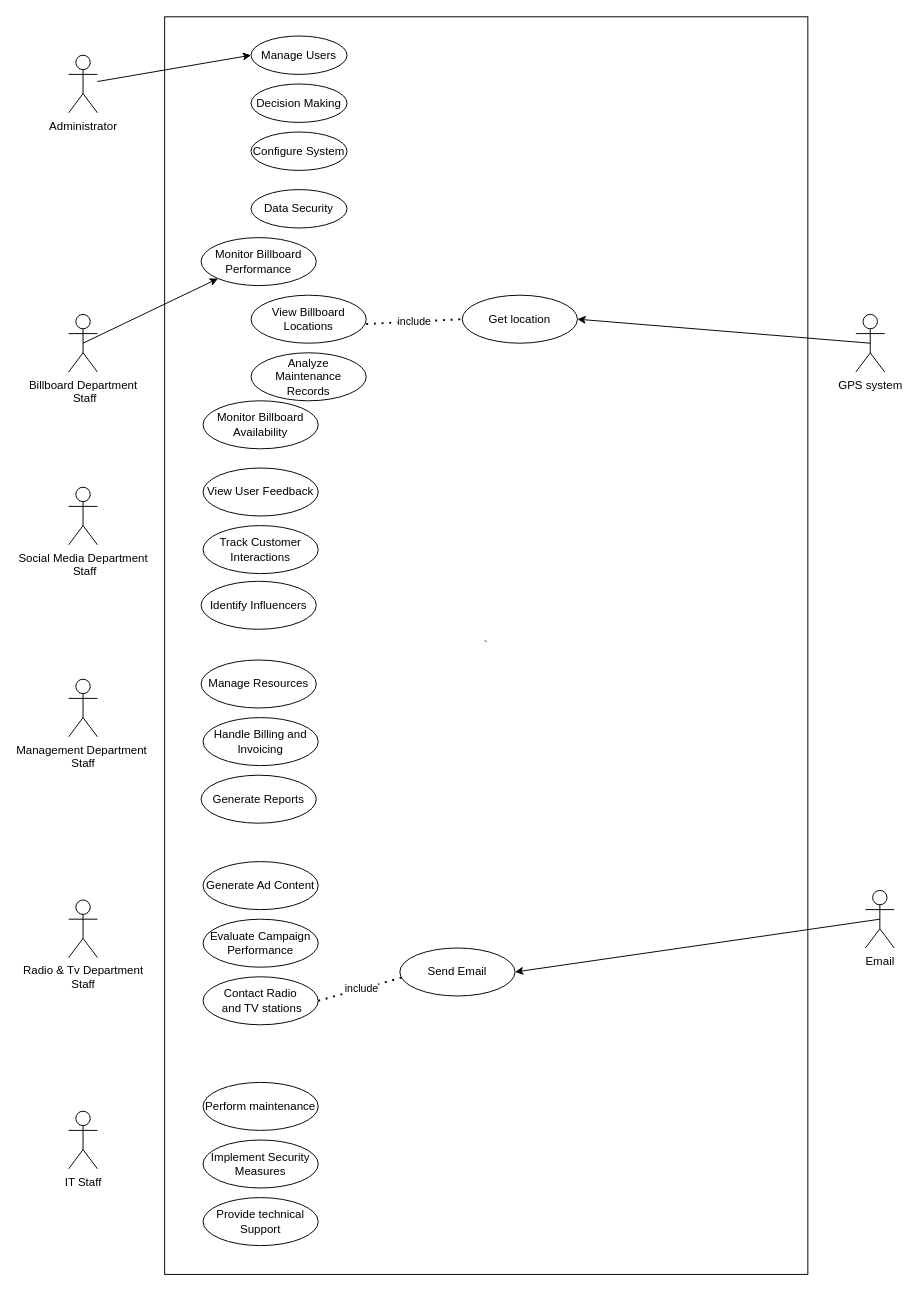
The draw.io diagram Phase2.drawio in NoorSbeih/Software_p2, before the edit. Source tidied: cells renumbered, new cells numbered last; positions are measured from the earlier drawing's top-left corner, leaving out a move shared by most shapes. Both pictures are drawn from the tidied source at 96%, with x=0, y=0 at pixel (68, 16).
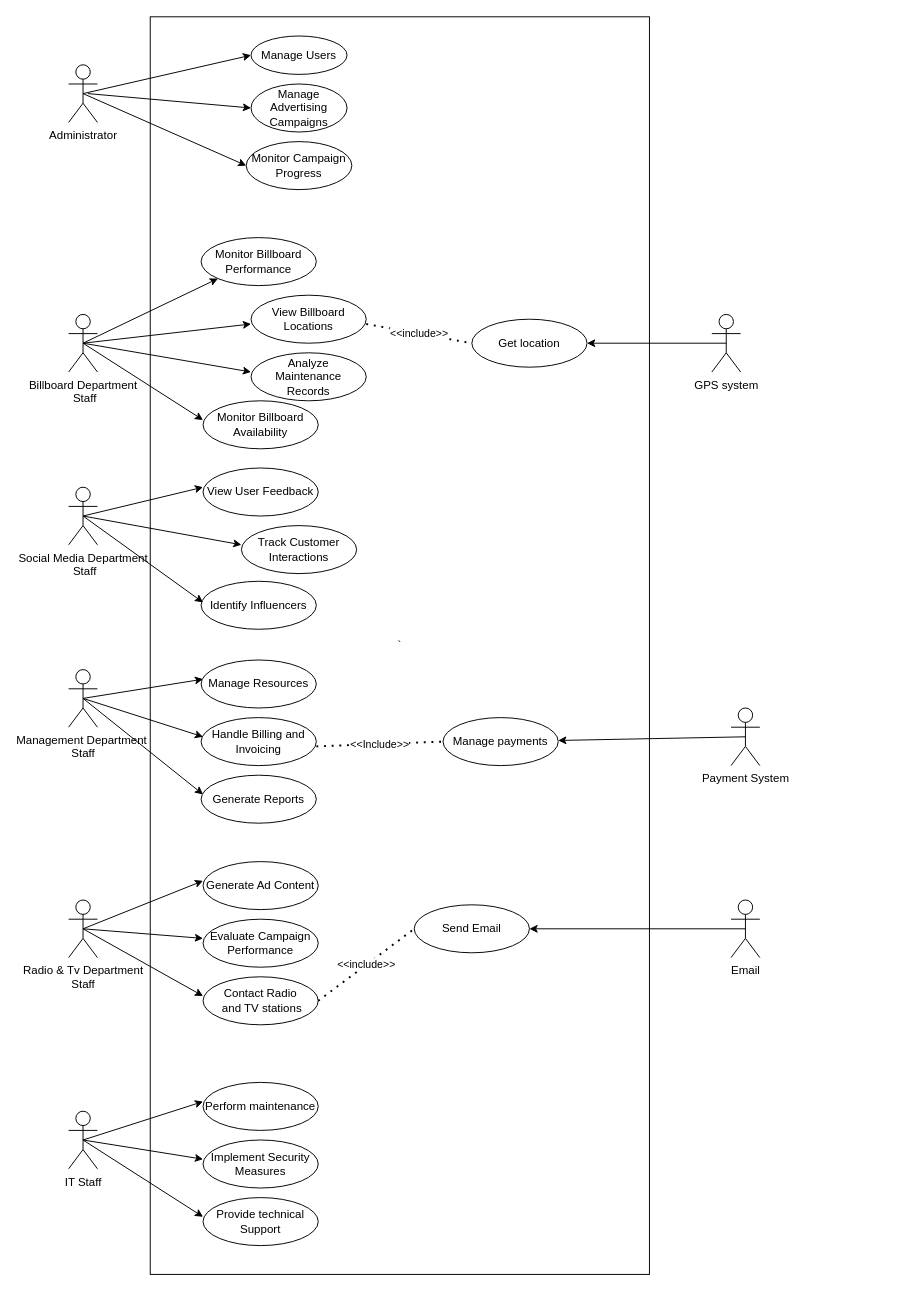
The same diagram, later.

The change refers to these unchanged cells:
```xml
<mxCell id="2" value="Billboard Department&lt;br&gt;&amp;nbsp;Staff" style="shape=umlActor;verticalLabelPosition=bottom;verticalAlign=top;html=1;outlineConnect=0;direction=east;" parent="1" vertex="1">
  <mxGeometry y="310" width="30" height="60" as="geometry" />
</mxCell>
<mxCell id="3" value="Social Media Department&lt;br&gt;&amp;nbsp;Staff" style="shape=umlActor;verticalLabelPosition=bottom;verticalAlign=top;html=1;outlineConnect=0;direction=east;" parent="1" vertex="1">
  <mxGeometry y="490" width="30" height="60" as="geometry" />
</mxCell>
<mxCell id="4" value="Radio &amp;amp; Tv Department&lt;br&gt;Staff" style="shape=umlActor;verticalLabelPosition=bottom;verticalAlign=top;html=1;outlineConnect=0;" parent="1" vertex="1">
  <mxGeometry y="920" width="30" height="60" as="geometry" />
</mxCell>
<mxCell id="6" value="IT Staff&lt;br&gt;" style="shape=umlActor;verticalLabelPosition=bottom;verticalAlign=top;html=1;outlineConnect=0;" parent="1" vertex="1">
  <mxGeometry y="1140" width="30" height="60" as="geometry" />
</mxCell>
<mxCell id="26" value="Contact Radio&lt;br&gt;&amp;nbsp;and TV stations" style="ellipse;whiteSpace=wrap;html=1;" parent="1" vertex="1">
  <mxGeometry x="140" y="1000" width="120" height="50" as="geometry" />
</mxCell>
```

Change to the diagram source:
```diff
@@
     <mxCell id="5" value="Management Department&amp;nbsp;&lt;br&gt;Staff" style="shape=umlActor;verticalLabelPosition=bottom;verticalAlign=top;html=1;outlineConnect=0;" parent="1" vertex="1">
-      <mxGeometry y="690" width="30" height="60" as="geometry" />
+      <mxGeometry y="680" width="30" height="60" as="geometry" />
     </mxCell>
@@
     <mxCell id="7" value="Administrator&lt;br&gt;" style="shape=umlActor;verticalLabelPosition=bottom;verticalAlign=top;html=1;outlineConnect=0;" parent="1" vertex="1">
-      <mxGeometry y="40" width="30" height="60" as="geometry" />
+      <mxGeometry y="50" width="30" height="60" as="geometry" />
     </mxCell>
     <mxCell id="8" value="`" style="rounded=0;whiteSpace=wrap;labelBackgroundColor=none;" parent="1" vertex="1">
-      <mxGeometry x="100" width="670" height="1310" as="geometry" />
+      <mxGeometry x="85" width="520" height="1310" as="geometry" />
     </mxCell>
@@
-    <mxCell id="10" value="Decision Making" style="ellipse;whiteSpace=wrap;html=1;" parent="1" vertex="1">
-      <mxGeometry x="190" y="70" width="100" height="40" as="geometry" />
-    </mxCell>
-    <mxCell id="11" value="Configure System" style="ellipse;whiteSpace=wrap;html=1;" parent="1" vertex="1">
-      <mxGeometry x="190" y="120" width="100" height="40" as="geometry" />
-    </mxCell>
-    <mxCell id="12" value="Data Security" style="ellipse;whiteSpace=wrap;html=1;" parent="1" vertex="1">
-      <mxGeometry x="190" y="180" width="100" height="40" as="geometry" />
+    <mxCell id="12" value="Manage Advertising Campaigns" style="ellipse;whiteSpace=wrap;html=1;" parent="1" vertex="1">
+      <mxGeometry x="190" y="70" width="100" height="50" as="geometry" />
     </mxCell>
-    <mxCell id="13" style="endArrow=classic;html=1;rounded=0;" parent="1" edge="1" source="7">
-      <mxGeometry relative="1" as="geometry">
-        <mxPoint x="190" y="40" as="targetPoint" />
-      </mxGeometry>
-    </mxCell>
@@
     <mxCell id="19" value="Track Customer Interactions" style="ellipse;whiteSpace=wrap;html=1;" parent="1" vertex="1">
-      <mxGeometry x="140" y="530" width="120" height="50" as="geometry" />
+      <mxGeometry x="180" y="530" width="120" height="50" as="geometry" />
     </mxCell>
@@
     <mxCell id="22" value="Handle Billing and Invoicing" style="ellipse;whiteSpace=wrap;html=1;" parent="1" vertex="1">
-      <mxGeometry x="140" y="730" width="120" height="50" as="geometry" />
+      <mxGeometry x="138" y="730" width="120" height="50" as="geometry" />
     </mxCell>
@@
     <mxCell id="29" value="Email" style="shape=umlActor;verticalLabelPosition=bottom;verticalAlign=top;html=1;outlineConnect=0;" parent="1" vertex="1">
-      <mxGeometry x="830" y="910" width="30" height="60" as="geometry" />
+      <mxGeometry x="690" y="920" width="30" height="60" as="geometry" />
     </mxCell>
     <mxCell id="30" value="Send Email&lt;br&gt;" style="ellipse;whiteSpace=wrap;html=1;" parent="1" vertex="1">
-      <mxGeometry x="345" y="970" width="120" height="50" as="geometry" />
+      <mxGeometry x="360" y="925" width="120" height="50" as="geometry" />
     </mxCell>
-    <mxCell id="31" value="include" style="endArrow=none;dashed=1;html=1;dashPattern=1 3;strokeWidth=2;rounded=0;exitX=1;exitY=0.5;exitDx=0;exitDy=0;" parent="1" edge="1" source="26">
-      <mxGeometry relative="1" as="geometry">
-        <mxPoint x="350" y="1000" as="targetPoint" />
-      </mxGeometry>
+    <mxCell id="31" value="&amp;lt;&amp;lt;include&amp;gt;&amp;gt;&lt;br&gt;" style="endArrow=none;dashed=1;html=1;dashPattern=1 3;strokeWidth=2;rounded=0;exitX=1;exitY=0.5;exitDx=0;exitDy=0;entryX=0;entryY=0.5;entryDx=0;entryDy=0;" parent="1" edge="1" source="26" target="30">
+      <mxGeometry relative="1" as="geometry" />
     </mxCell>
@@
     <mxCell id="37" value="Get location&lt;br&gt;" style="ellipse;whiteSpace=wrap;html=1;" parent="1" vertex="1">
-      <mxGeometry x="410" y="290" width="120" height="50" as="geometry" />
+      <mxGeometry x="420" y="315" width="120" height="50" as="geometry" />
     </mxCell>
@@
     <mxCell id="39" value="GPS system&lt;br&gt;" style="shape=umlActor;verticalLabelPosition=bottom;verticalAlign=top;html=1;outlineConnect=0;" parent="1" vertex="1">
-      <mxGeometry x="820" y="310" width="30" height="60" as="geometry" />
+      <mxGeometry x="670" y="310" width="30" height="60" as="geometry" />
     </mxCell>
-    <mxCell id="40" value="include" style="endArrow=none;dashed=1;html=1;dashPattern=1 3;strokeWidth=2;rounded=0;entryX=0;entryY=0.5;entryDx=0;entryDy=0;" parent="1" edge="1" target="37">
+    <mxCell id="40" value="&amp;lt;&amp;lt;include&amp;gt;&amp;gt;" style="endArrow=none;dashed=1;html=1;dashPattern=1 3;strokeWidth=2;rounded=0;entryX=0;entryY=0.5;entryDx=0;entryDy=0;" parent="1" edge="1" target="37">
       <mxGeometry relative="1" as="geometry">
         <mxPoint x="310" y="320" as="sourcePoint" />
       </mxGeometry>
     </mxCell>
+    <mxCell id="41" style="endArrow=classic;html=1;rounded=0;exitX=0.5;exitY=0.5;exitDx=0;exitDy=0;exitPerimeter=0;" parent="1" edge="1" source="4">
+      <mxGeometry relative="1" as="geometry">
+        <mxPoint x="140" y="900" as="targetPoint" />
+      </mxGeometry>
+    </mxCell>
+    <mxCell id="42" style="endArrow=classic;html=1;rounded=0;exitX=0.5;exitY=0.5;exitDx=0;exitDy=0;exitPerimeter=0;" parent="1" edge="1" source="4">
+      <mxGeometry relative="1" as="geometry">
+        <mxPoint x="140" y="960" as="targetPoint" />
+      </mxGeometry>
+    </mxCell>
+    <mxCell id="43" style="endArrow=classic;html=1;rounded=0;exitX=0.5;exitY=0.5;exitDx=0;exitDy=0;exitPerimeter=0;" parent="1" edge="1" source="4">
+      <mxGeometry relative="1" as="geometry">
+        <mxPoint x="140" y="1020" as="targetPoint" />
+      </mxGeometry>
+    </mxCell>
+    <mxCell id="44" style="endArrow=classic;html=1;rounded=0;exitX=0.5;exitY=0.5;exitDx=0;exitDy=0;exitPerimeter=0;" parent="1" edge="1" source="5">
+      <mxGeometry relative="1" as="geometry">
+        <mxPoint x="140" y="690" as="targetPoint" />
+      </mxGeometry>
+    </mxCell>
+    <mxCell id="45" style="endArrow=classic;html=1;rounded=0;exitX=0.5;exitY=0.5;exitDx=0;exitDy=0;exitPerimeter=0;" parent="1" edge="1" source="5">
+      <mxGeometry relative="1" as="geometry">
+        <mxPoint x="140" y="750" as="targetPoint" />
+      </mxGeometry>
+    </mxCell>
+    <mxCell id="46" style="endArrow=classic;html=1;rounded=0;exitX=0.5;exitY=0.5;exitDx=0;exitDy=0;exitPerimeter=0;" parent="1" edge="1" source="5">
+      <mxGeometry relative="1" as="geometry">
+        <mxPoint x="140" y="810" as="targetPoint" />
+      </mxGeometry>
+    </mxCell>
+    <mxCell id="47" style="endArrow=classic;html=1;rounded=0;exitX=0.5;exitY=0.5;exitDx=0;exitDy=0;exitPerimeter=0;" parent="1" edge="1" source="3">
+      <mxGeometry relative="1" as="geometry">
+        <mxPoint x="140" y="490" as="targetPoint" />
+      </mxGeometry>
+    </mxCell>
+    <mxCell id="48" style="endArrow=classic;html=1;rounded=0;exitX=0.5;exitY=0.5;exitDx=0;exitDy=0;exitPerimeter=0;" parent="1" edge="1" source="3">
+      <mxGeometry relative="1" as="geometry">
+        <mxPoint x="180" y="550" as="targetPoint" />
+      </mxGeometry>
+    </mxCell>
+    <mxCell id="49" style="endArrow=classic;html=1;rounded=0;exitX=0.5;exitY=0.5;exitDx=0;exitDy=0;exitPerimeter=0;" parent="1" edge="1" source="3">
+      <mxGeometry relative="1" as="geometry">
+        <mxPoint x="140" y="610" as="targetPoint" />
+      </mxGeometry>
+    </mxCell>
+    <mxCell id="50" style="endArrow=classic;html=1;rounded=0;exitX=0.5;exitY=0.5;exitDx=0;exitDy=0;exitPerimeter=0;" parent="1" edge="1" source="2">
+      <mxGeometry relative="1" as="geometry">
+        <mxPoint x="190" y="320" as="targetPoint" />
+      </mxGeometry>
+    </mxCell>
+    <mxCell id="51" style="endArrow=classic;html=1;rounded=0;exitX=0.5;exitY=0.5;exitDx=0;exitDy=0;exitPerimeter=0;" parent="1" edge="1" source="2">
+      <mxGeometry relative="1" as="geometry">
+        <mxPoint x="190" y="370" as="targetPoint" />
+      </mxGeometry>
+    </mxCell>
+    <mxCell id="52" style="endArrow=classic;html=1;rounded=0;exitX=0.5;exitY=0.5;exitDx=0;exitDy=0;exitPerimeter=0;" parent="1" edge="1" source="2">
+      <mxGeometry relative="1" as="geometry">
+        <mxPoint x="140" y="420" as="targetPoint" />
+      </mxGeometry>
+    </mxCell>
+    <mxCell id="53" style="endArrow=classic;html=1;rounded=0;exitX=0.5;exitY=0.5;exitDx=0;exitDy=0;exitPerimeter=0;" parent="1" edge="1" source="7">
+      <mxGeometry relative="1" as="geometry">
+        <mxPoint x="190" y="40" as="targetPoint" />
+      </mxGeometry>
+    </mxCell>
+    <mxCell id="54" value="&amp;lt;&amp;lt;Include&amp;gt;&amp;gt;" style="endArrow=none;dashed=1;html=1;dashPattern=1 3;strokeWidth=2;rounded=0;entryX=0;entryY=0.5;entryDx=0;entryDy=0;" parent="1" edge="1" target="55">
+      <mxGeometry relative="1" as="geometry">
+        <mxPoint x="258" y="760" as="sourcePoint" />
+      </mxGeometry>
+    </mxCell>
+    <mxCell id="55" value="Manage payments&lt;br&gt;" style="ellipse;whiteSpace=wrap;html=1;" parent="1" vertex="1">
+      <mxGeometry x="390" y="730" width="120" height="50" as="geometry" />
+    </mxCell>
+    <mxCell id="56" style="edgeStyle=none;rounded=0;jettySize=auto;html=1;exitX=0.5;exitY=0.5;exitDx=0;exitDy=0;exitPerimeter=0;" parent="1" edge="1" source="57" target="55">
+      <mxGeometry relative="1" as="geometry" />
+    </mxCell>
+    <mxCell id="57" value="Payment System&lt;br&gt;" style="shape=umlActor;verticalLabelPosition=bottom;verticalAlign=top;html=1;outlineConnect=0;" parent="1" vertex="1">
+      <mxGeometry x="690" y="720" width="30" height="60" as="geometry" />
+    </mxCell>
+    <mxCell id="58" style="endArrow=classic;html=1;rounded=0;exitX=0.5;exitY=0.5;exitDx=0;exitDy=0;exitPerimeter=0;" parent="1" edge="1" source="6">
+      <mxGeometry relative="1" as="geometry">
+        <mxPoint x="140" y="1130" as="targetPoint" />
+      </mxGeometry>
+    </mxCell>
+    <mxCell id="59" style="endArrow=classic;html=1;rounded=0;exitX=0.5;exitY=0.5;exitDx=0;exitDy=0;exitPerimeter=0;" parent="1" edge="1" source="6">
+      <mxGeometry relative="1" as="geometry">
+        <mxPoint x="140" y="1190" as="targetPoint" />
+      </mxGeometry>
+    </mxCell>
+    <mxCell id="60" style="endArrow=classic;html=1;rounded=0;exitX=0.5;exitY=0.5;exitDx=0;exitDy=0;exitPerimeter=0;" parent="1" edge="1" source="6">
+      <mxGeometry relative="1" as="geometry">
+        <mxPoint x="140" y="1250" as="targetPoint" />
+      </mxGeometry>
+    </mxCell>
+    <mxCell id="61" style="endArrow=classic;html=1;rounded=0;entryX=0;entryY=0.5;entryDx=0;entryDy=0;" parent="1" edge="1" target="12">
+      <mxGeometry relative="1" as="geometry">
+        <mxPoint x="20" y="80" as="sourcePoint" />
+      </mxGeometry>
+    </mxCell>
+    <mxCell id="62" value="Monitor Campaign Progress" style="ellipse;whiteSpace=wrap;html=1;" parent="1" vertex="1">
+      <mxGeometry x="185" y="130" width="110" height="50" as="geometry" />
+    </mxCell>
+    <mxCell id="63" style="endArrow=classic;html=1;rounded=0;entryX=0;entryY=0.5;entryDx=0;entryDy=0;exitX=0.5;exitY=0.5;exitDx=0;exitDy=0;exitPerimeter=0;" parent="1" edge="1" source="7" target="62">
+      <mxGeometry relative="1" as="geometry" />
+    </mxCell>
```
